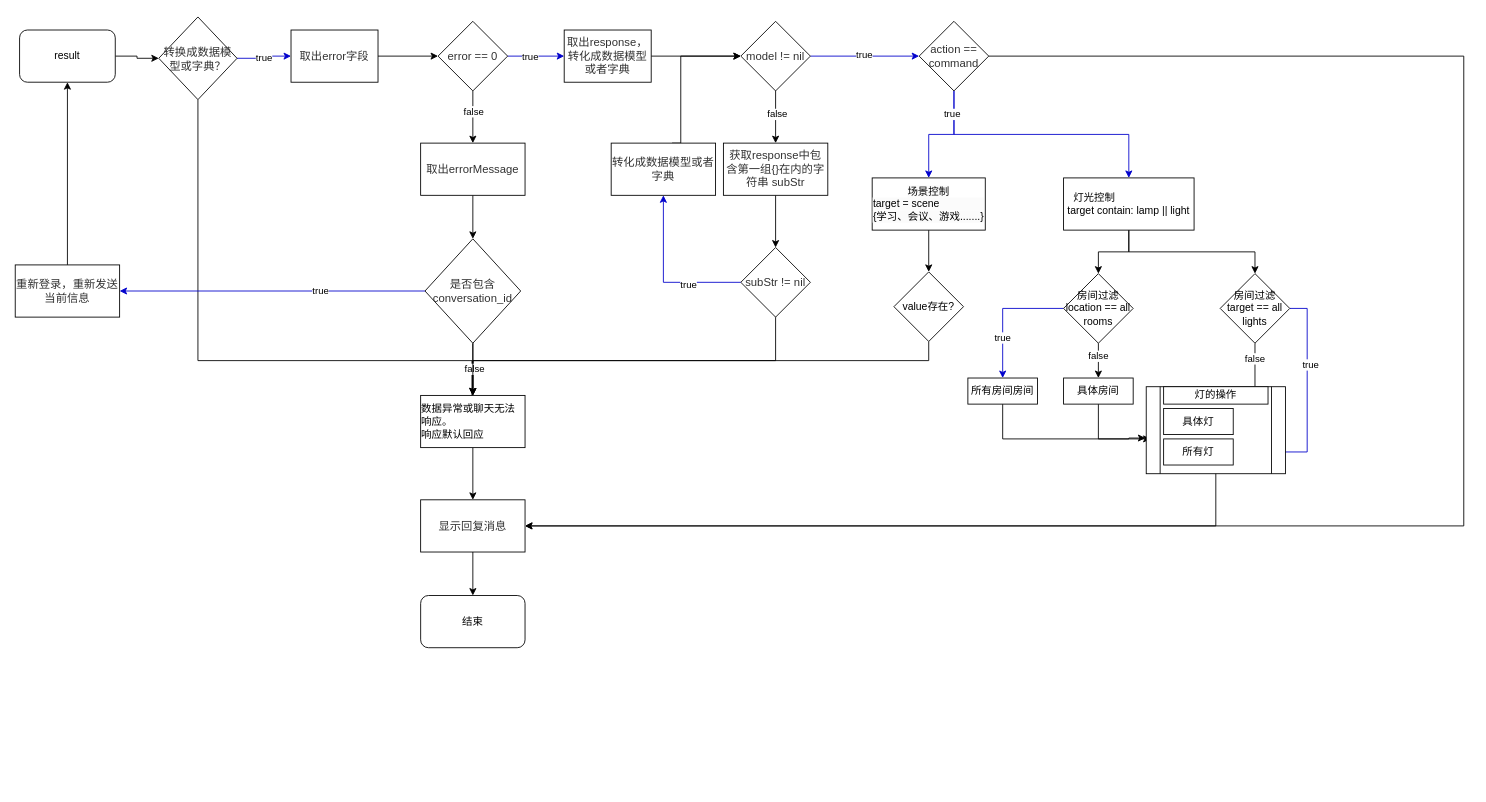
The draw.io diagram static/未命名绘图.drawio in huyolg/test, before the edit. Source tidied: cells renumbered, new cells numbered last; positions are measured from the earlier drawing's top-left corner, leaving out a move shared by most shapes. Both pictures are drawn from the tidied source at 87%, with x=0, y=0 at pixel (15, 17).
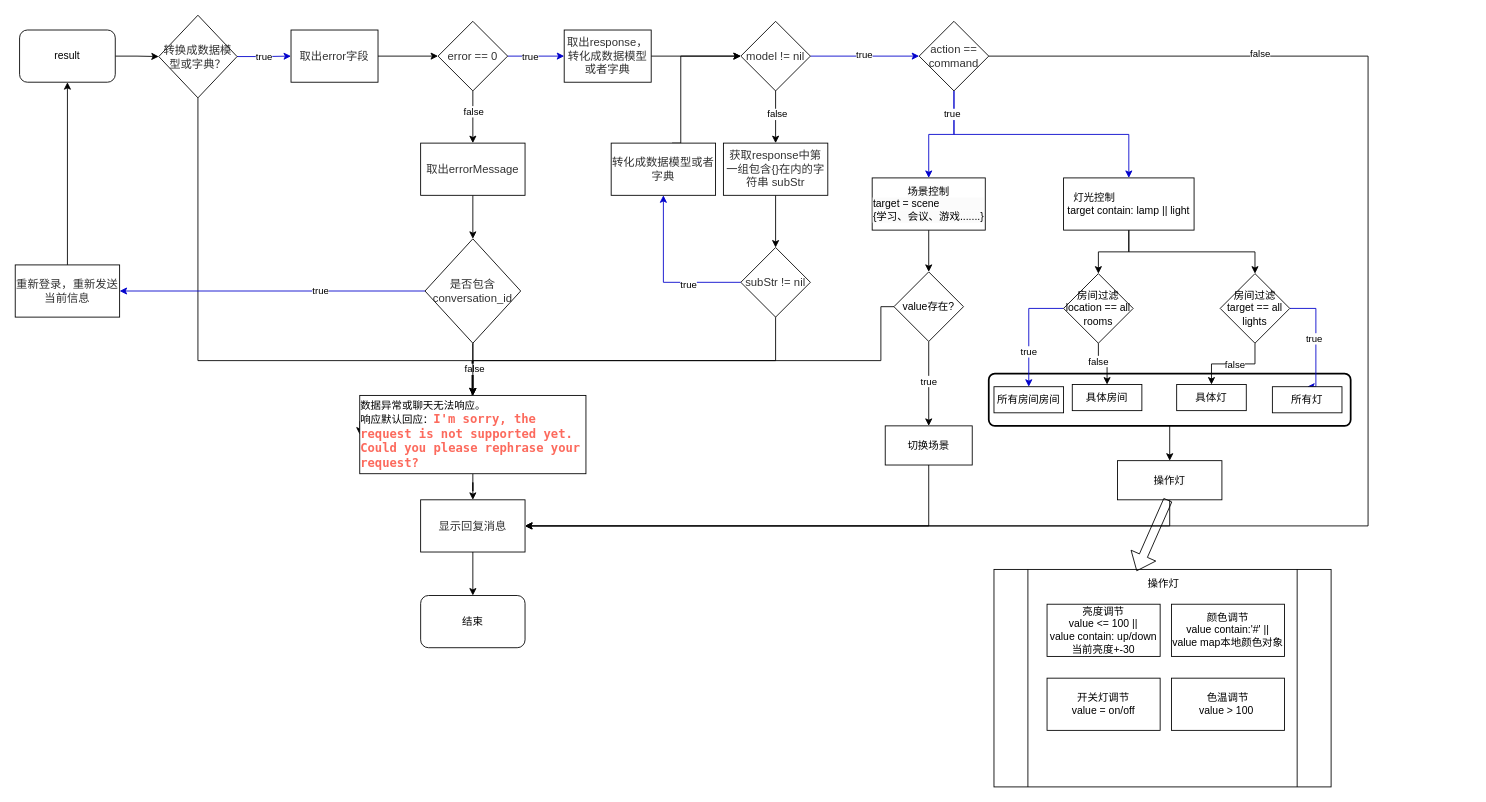
Above is the later version.

Commit message (it also covers changes not shown here):
更新未命名绘图.drawio

Unchanged cells that the change refers to:
```xml
<mxCell id="25" value="&lt;span style=&quot;caret-color: rgb(50, 50, 50); color: rgb(50, 50, 50); font-family: 微软雅黑; font-size: 13px; font-style: normal; font-variant-caps: normal; font-weight: 400; letter-spacing: normal; text-align: center; text-indent: 0px; text-transform: none; word-spacing: 0px; text-size-adjust: auto; -webkit-text-stroke-width: 0px; background-color: rgba(255, 255, 255, 0.01); text-decoration: none; float: none; display: inline !important;&quot;&gt;action == command&lt;/span&gt;" style="rhombus;whiteSpace=wrap;html=1;" parent="1" vertex="1">
  <mxGeometry x="1039" y="5" width="80" height="80" as="geometry" />
</mxCell>
<mxCell id="38" value="&lt;span style=&quot;caret-color: rgb(50, 50, 50); color: rgb(50, 50, 50); font-family: 微软雅黑; font-size: 13px; font-style: normal; font-variant-caps: normal; font-weight: 400; letter-spacing: normal; text-align: center; text-indent: 0px; text-transform: none; word-spacing: 0px; text-size-adjust: auto; -webkit-text-stroke-width: 0px; background-color: rgba(255, 255, 255, 0.01); text-decoration: none; float: none; display: inline !important;&quot;&gt;显示回复消息&lt;/span&gt;" style="rounded=0;whiteSpace=wrap;html=1;" parent="1" vertex="1">
  <mxGeometry x="466" y="555" width="120" height="60" as="geometry" />
</mxCell>
<mxCell id="55" value="value存在?" style="rhombus;whiteSpace=wrap;html=1;" parent="1" vertex="1">
  <mxGeometry x="1010" y="293" width="80" height="80" as="geometry" />
</mxCell>
<mxCell id="60" value="房间过滤&lt;br&gt;location == all rooms" style="rhombus;whiteSpace=wrap;html=1;" parent="1" vertex="1">
  <mxGeometry x="1205" y="295" width="80" height="80" as="geometry" />
</mxCell>
<mxCell id="65" value="房间过滤&lt;br&gt;target == all lights" style="rhombus;whiteSpace=wrap;html=1;" parent="1" vertex="1">
  <mxGeometry x="1385" y="295" width="80" height="80" as="geometry" />
</mxCell>
```

Diff of the diagram source:
```diff
@@
+    <mxCell id="75" style="edgeStyle=orthogonalEdgeStyle;rounded=0;jettySize=auto;html=1;" parent="1" edge="1" source="76" target="91">
+      <mxGeometry relative="1" as="geometry" />
+    </mxCell>
+    <mxCell id="76" style="rounded=1;whiteSpace=wrap;html=1;absoluteArcSize=1;arcSize=14;strokeWidth=2;" parent="1" vertex="1">
+      <mxGeometry x="1119" y="410" width="416" height="60" as="geometry" />
+    </mxCell>
@@
     <mxCell id="6" value="&lt;span style=&quot;color: rgb(50, 50, 50); font-family: 微软雅黑; font-size: 13px; font-style: normal; font-variant-ligatures: normal; font-variant-caps: normal; font-weight: 400; letter-spacing: normal; orphans: 2; text-align: center; text-indent: 0px; text-transform: none; widows: 2; word-spacing: 0px; -webkit-text-stroke-width: 0px; caret-color: rgb(50, 50, 50); background-color: rgba(255, 255, 255, 0.01); text-decoration-thickness: initial; text-decoration-style: initial; text-decoration-color: initial; float: none; display: inline !important;&quot;&gt;转换成数据模型或字典？&lt;/span&gt;" style="rhombus;whiteSpace=wrap;html=1;" parent="1" vertex="1">
-      <mxGeometry x="165" width="90" height="95" as="geometry" />
+      <mxGeometry x="165" y="-2" width="90" height="95" as="geometry" />
     </mxCell>
@@
     <mxCell id="24" style="edgeStyle=orthogonalEdgeStyle;rounded=0;jettySize=auto;html=1;exitX=1;exitY=0.5;exitDx=0;exitDy=0;entryX=1;entryY=0.5;entryDx=0;entryDy=0;" parent="1" edge="1" source="25" target="38">
       <mxGeometry relative="1" as="geometry">
         <Array as="points">
-          <mxPoint x="1665" y="45" />
-          <mxPoint x="1665" y="585" />
+          <mxPoint x="1555" y="45" />
+          <mxPoint x="1555" y="585" />
         </Array>
       </mxGeometry>
     </mxCell>
+    <mxCell id="77" value="false" style="edgeLabel;html=1;align=center;verticalAlign=middle;" parent="24" vertex="1">
+      <mxGeometry x="-0.68" y="4" relative="1" as="geometry" />
+    </mxCell>
@@
-    <mxCell id="36" value="&lt;div style=&quot;caret-color: rgb(0, 0, 0); color: rgb(0, 0, 0); font-style: normal; font-variant-caps: normal; font-weight: 400; letter-spacing: normal; text-align: start; text-indent: 0px; text-transform: none; word-spacing: 0px; text-size-adjust: auto; -webkit-text-stroke-width: 0px; text-decoration: none;&quot; class=&quot;mind-clipboard&quot;&gt;数据异常或聊天无法响应。&lt;div&gt;响应默认回应&lt;/div&gt;&lt;/div&gt;" style="rounded=0;whiteSpace=wrap;html=1;" parent="1" vertex="1">
-      <mxGeometry x="466" y="435" width="120" height="60" as="geometry" />
+    <mxCell id="36" value="&lt;div style=&quot;caret-color: rgb(0, 0, 0); color: rgb(0, 0, 0); font-style: normal; font-variant-caps: normal; font-weight: 400; letter-spacing: normal; text-align: start; text-indent: 0px; text-transform: none; word-spacing: 0px; text-size-adjust: auto; -webkit-text-stroke-width: 0px; text-decoration: none;&quot; class=&quot;mind-clipboard&quot;&gt;数据异常或聊天无法响应。&lt;div&gt;响应默认回应：&lt;b style=&quot;color: rgb(252, 106, 93); font-family: Menlo; font-size: 14px;&quot;&gt;I'm sorry, the request is not supported yet. Could you please rephrase your request?&lt;/b&gt;&lt;/div&gt;&lt;/div&gt;" style="rounded=0;whiteSpace=wrap;html=1;" parent="1" vertex="1">
+      <mxGeometry x="396" y="435" width="260" height="90" as="geometry" />
     </mxCell>
@@
-    <mxCell id="41" value="&lt;span style=&quot;caret-color: rgb(50, 50, 50); color: rgb(50, 50, 50); font-family: 微软雅黑; font-size: 13px; font-style: normal; font-variant-caps: normal; font-weight: 400; letter-spacing: normal; text-align: center; text-indent: 0px; text-transform: none; word-spacing: 0px; text-size-adjust: auto; -webkit-text-stroke-width: 0px; background-color: rgba(255, 255, 255, 0.01); text-decoration: none; float: none; display: inline !important;&quot;&gt;获取response中包含第一组{}在内的字符串 subStr&lt;/span&gt;" style="rounded=0;whiteSpace=wrap;html=1;" parent="1" vertex="1">
+    <mxCell id="41" value="&lt;span style=&quot;caret-color: rgb(50, 50, 50); color: rgb(50, 50, 50); font-family: 微软雅黑; font-size: 13px; font-style: normal; font-variant-caps: normal; font-weight: 400; letter-spacing: normal; text-align: center; text-indent: 0px; text-transform: none; word-spacing: 0px; text-size-adjust: auto; -webkit-text-stroke-width: 0px; background-color: rgba(255, 255, 255, 0.01); text-decoration: none; float: none; display: inline !important;&quot;&gt;获取response中第一组包含{}在内的字符串 subStr&lt;/span&gt;" style="rounded=0;whiteSpace=wrap;html=1;" parent="1" vertex="1">
       <mxGeometry x="814" y="145" width="120" height="60" as="geometry" />
     </mxCell>
@@
-    <mxCell id="54" style="edgeStyle=orthogonalEdgeStyle;rounded=0;jettySize=auto;html=1;exitX=0.5;exitY=1;exitDx=0;exitDy=0;entryX=0.5;entryY=0;entryDx=0;entryDy=0;" parent="1" edge="1" source="55" target="36">
+    <mxCell id="54" style="edgeStyle=orthogonalEdgeStyle;rounded=0;jettySize=auto;html=1;exitX=0;exitY=0.5;exitDx=0;exitDy=0;entryX=0.5;entryY=0;entryDx=0;entryDy=0;" parent="1" edge="1" source="55" target="36">
       <mxGeometry relative="1" as="geometry">
         <Array as="points">
+          <mxPoint x="995" y="333" />
+          <mxPoint x="995" y="395" />
           <mxPoint x="526" y="395" />
         </Array>
       </mxGeometry>
     </mxCell>
+    <mxCell id="78" style="edgeStyle=orthogonalEdgeStyle;rounded=0;jettySize=auto;html=1;" parent="1" edge="1" source="55" target="83">
+      <mxGeometry relative="1" as="geometry" />
+    </mxCell>
+    <mxCell id="79" value="true" style="edgeLabel;html=1;align=center;verticalAlign=middle;" parent="78" vertex="1">
+      <mxGeometry x="-0.07" y="-1" relative="1" as="geometry" />
+    </mxCell>
@@
     <mxCell id="56" style="edgeStyle=orthogonalEdgeStyle;rounded=0;jettySize=auto;html=1;strokeColor=#0000CC;" parent="1" edge="1" source="60" target="69">
-      <mxGeometry relative="1" as="geometry" />
+      <mxGeometry relative="1" as="geometry">
+        <Array as="points">
+          <mxPoint x="1165" y="335" />
+        </Array>
+      </mxGeometry>
     </mxCell>
@@
+    <mxCell id="63" style="edgeStyle=orthogonalEdgeStyle;rounded=0;jettySize=auto;html=1;exitX=0.5;exitY=1;exitDx=0;exitDy=0;entryX=0.5;entryY=0;entryDx=0;entryDy=0;" parent="1" edge="1" source="65" target="72">
+      <mxGeometry relative="1" as="geometry" />
+    </mxCell>
+    <mxCell id="80" value="false" style="edgeLabel;html=1;align=center;verticalAlign=middle;" parent="63" vertex="1">
+      <mxGeometry x="-0.04" y="1" relative="1" as="geometry" />
+    </mxCell>
-    <mxCell id="61" style="edgeStyle=orthogonalEdgeStyle;rounded=0;jettySize=auto;html=1;exitX=1;exitY=0.5;exitDx=0;exitDy=0;entryX=1;entryY=0.5;entryDx=0;entryDy=0;strokeColor=#0000cc;" parent="1" edge="1" source="65" target="74">
-      <mxGeometry relative="1" as="geometry" />
+    <mxCell id="61" style="edgeStyle=orthogonalEdgeStyle;rounded=0;jettySize=auto;html=1;entryX=0.5;entryY=0;entryDx=0;entryDy=0;strokeColor=#0000CC;" parent="1" edge="1" source="65" target="74">
+      <mxGeometry relative="1" as="geometry">
+        <Array as="points">
+          <mxPoint x="1495" y="335" />
+        </Array>
+      </mxGeometry>
     </mxCell>
-    <mxCell id="62" value="true" style="edgeLabel;html=1;align=center;verticalAlign=middle;" parent="61" vertex="1">
-      <mxGeometry x="-0.38" y="3" relative="1" as="geometry" />
-    </mxCell>
-    <mxCell id="63" style="edgeStyle=orthogonalEdgeStyle;rounded=0;jettySize=auto;html=1;entryX=1;entryY=0.5;entryDx=0;entryDy=0;" parent="1" edge="1" source="65" target="72">
-      <mxGeometry relative="1" as="geometry" />
-    </mxCell>
-    <mxCell id="64" value="false" style="edgeLabel;html=1;align=center;verticalAlign=middle;" parent="63" vertex="1">
-      <mxGeometry x="-0.7" y="-1" relative="1" as="geometry" />
-    </mxCell>
+    <mxCell id="81" value="true" style="edgeLabel;html=1;align=center;verticalAlign=middle;" parent="61" vertex="1">
+      <mxGeometry x="-0.02" y="-3" relative="1" as="geometry" />
+    </mxCell>
@@
-    <mxCell id="66" style="edgeStyle=orthogonalEdgeStyle;rounded=0;jettySize=auto;html=1;entryX=-0.006;entryY=0.59;entryDx=0;entryDy=0;entryPerimeter=0;" parent="1" edge="1" source="67" target="70">
-      <mxGeometry relative="1" as="geometry">
-        <Array as="points">
-          <mxPoint x="1245" y="485" />
-          <mxPoint x="1280" y="485" />
-          <mxPoint x="1280" y="484" />
-        </Array>
-      </mxGeometry>
-    </mxCell>
     <mxCell id="67" value="具体房间" style="rounded=0;whiteSpace=wrap;html=1;" parent="1" vertex="1">
-      <mxGeometry x="1205" y="415" width="80" height="30" as="geometry" />
+      <mxGeometry x="1215" y="422.5" width="80" height="30" as="geometry" />
     </mxCell>
-    <mxCell id="68" style="edgeStyle=orthogonalEdgeStyle;rounded=0;jettySize=auto;html=1;entryX=0.031;entryY=0.6;entryDx=0;entryDy=0;entryPerimeter=0;" parent="1" edge="1" source="69" target="70">
-      <mxGeometry relative="1" as="geometry">
-        <Array as="points">
-          <mxPoint x="1135" y="485" />
-        </Array>
-      </mxGeometry>
-    </mxCell>
     <mxCell id="69" value="所有房间房间" style="rounded=0;whiteSpace=wrap;html=1;" parent="1" vertex="1">
-      <mxGeometry x="1095" y="415" width="80" height="30" as="geometry" />
+      <mxGeometry x="1125" y="425" width="80" height="30" as="geometry" />
     </mxCell>
-    <mxCell id="70" style="shape=process;whiteSpace=wrap;html=1;backgroundOutline=1;" parent="1" vertex="1">
-      <mxGeometry x="1300" y="425" width="160" height="100" as="geometry" />
-    </mxCell>
-    <mxCell id="71" value="灯的操作" style="rounded=0;whiteSpace=wrap;html=1;" parent="1" vertex="1">
-      <mxGeometry x="1320" y="425" width="120" height="20" as="geometry" />
-    </mxCell>
+    <mxCell id="82" style="edgeStyle=orthogonalEdgeStyle;rounded=0;jettySize=auto;html=1;entryX=1;entryY=0.5;entryDx=0;entryDy=0;" parent="1" edge="1" source="83" target="38">
+      <mxGeometry relative="1" as="geometry">
+        <Array as="points">
+          <mxPoint x="1050" y="585" />
+        </Array>
+      </mxGeometry>
+    </mxCell>
+    <mxCell id="83" value="切换场景" style="rounded=0;whiteSpace=wrap;html=1;" parent="1" vertex="1">
+      <mxGeometry x="1000" y="470" width="100" height="45" as="geometry" />
+    </mxCell>
+    <mxCell id="84" style="shape=process;whiteSpace=wrap;html=1;backgroundOutline=1;" parent="1" vertex="1">
+      <mxGeometry x="1125" y="635" width="387.5" height="250" as="geometry" />
+    </mxCell>
+    <mxCell id="85" value="操作灯" style="text;html=1;strokeColor=none;fillColor=none;align=center;verticalAlign=middle;whiteSpace=wrap;rounded=0;" parent="1" vertex="1">
+      <mxGeometry x="1290" y="637" width="60" height="30" as="geometry" />
+    </mxCell>
+    <mxCell id="86" value="亮度调节&lt;br&gt;value &amp;lt;= 100 ||&lt;br&gt;value contain: up/down&lt;br&gt;当前亮度+-30" style="rounded=0;whiteSpace=wrap;html=1;" parent="1" vertex="1">
+      <mxGeometry x="1186" y="675" width="130" height="60" as="geometry" />
+    </mxCell>
+    <mxCell id="87" value="颜色调节&lt;br&gt;value contain:'#' ||&lt;br&gt;value map本地颜色对象" style="rounded=0;whiteSpace=wrap;html=1;" parent="1" vertex="1">
+      <mxGeometry x="1329" y="675" width="130" height="60" as="geometry" />
+    </mxCell>
+    <mxCell id="88" value="开关灯调节&lt;br&gt;value = on/off" style="rounded=0;whiteSpace=wrap;html=1;" parent="1" vertex="1">
+      <mxGeometry x="1186" y="760" width="130" height="60" as="geometry" />
+    </mxCell>
+    <mxCell id="89" value="色温调节&lt;br&gt;value &amp;gt; 100&amp;nbsp;" style="rounded=0;whiteSpace=wrap;html=1;" parent="1" vertex="1">
+      <mxGeometry x="1329" y="760" width="130" height="60" as="geometry" />
+    </mxCell>
     <mxCell id="72" value="具体灯" style="rounded=0;whiteSpace=wrap;html=1;" parent="1" vertex="1">
-      <mxGeometry x="1320" y="450" width="80" height="30" as="geometry" />
+      <mxGeometry x="1335" y="422.5" width="80" height="30" as="geometry" />
     </mxCell>
-    <mxCell id="73" style="edgeStyle=orthogonalEdgeStyle;rounded=0;jettySize=auto;html=1;entryX=1;entryY=0.5;entryDx=0;entryDy=0;exitX=0.5;exitY=1;exitDx=0;exitDy=0;" parent="1" edge="1" source="70" target="38">
-      <mxGeometry relative="1" as="geometry">
-        <Array as="points">
-          <mxPoint x="1380" y="585" />
-        </Array>
-      </mxGeometry>
-    </mxCell>
     <mxCell id="74" value="所有灯" style="rounded=0;whiteSpace=wrap;html=1;" parent="1" vertex="1">
-      <mxGeometry x="1320" y="485" width="80" height="30" as="geometry" />
+      <mxGeometry x="1445" y="425" width="80" height="30" as="geometry" />
     </mxCell>
+    <mxCell id="90" style="edgeStyle=orthogonalEdgeStyle;rounded=0;jettySize=auto;html=1;entryX=1;entryY=0.5;entryDx=0;entryDy=0;" parent="1" edge="1" source="91" target="38">
+      <mxGeometry relative="1" as="geometry">
+        <Array as="points">
+          <mxPoint x="1327" y="585" />
+        </Array>
+      </mxGeometry>
+    </mxCell>
+    <mxCell id="91" value="&lt;span style=&quot;color: rgb(0, 0, 0); font-family: Helvetica; font-size: 12px; font-style: normal; font-variant-ligatures: normal; font-variant-caps: normal; font-weight: 400; letter-spacing: normal; orphans: 2; text-align: center; text-indent: 0px; text-transform: none; widows: 2; word-spacing: 0px; -webkit-text-stroke-width: 0px; background-color: rgb(251, 251, 251); text-decoration-thickness: initial; text-decoration-style: initial; text-decoration-color: initial; float: none; display: inline !important;&quot;&gt;操作灯&lt;/span&gt;" style="rounded=0;whiteSpace=wrap;html=1;" parent="1" vertex="1">
+      <mxGeometry x="1267" y="510" width="120" height="45" as="geometry" />
+    </mxCell>
+    <mxCell id="92" style="shape=flexArrow;endArrow=classic;html=1;rounded=0;entryX=0.423;entryY=0.008;entryDx=0;entryDy=0;entryPerimeter=0;" parent="1" edge="1" target="84">
+      <mxGeometry relative="1" as="geometry">
+        <mxPoint x="1325" y="555" as="sourcePoint" />
+      </mxGeometry>
+    </mxCell>
```
